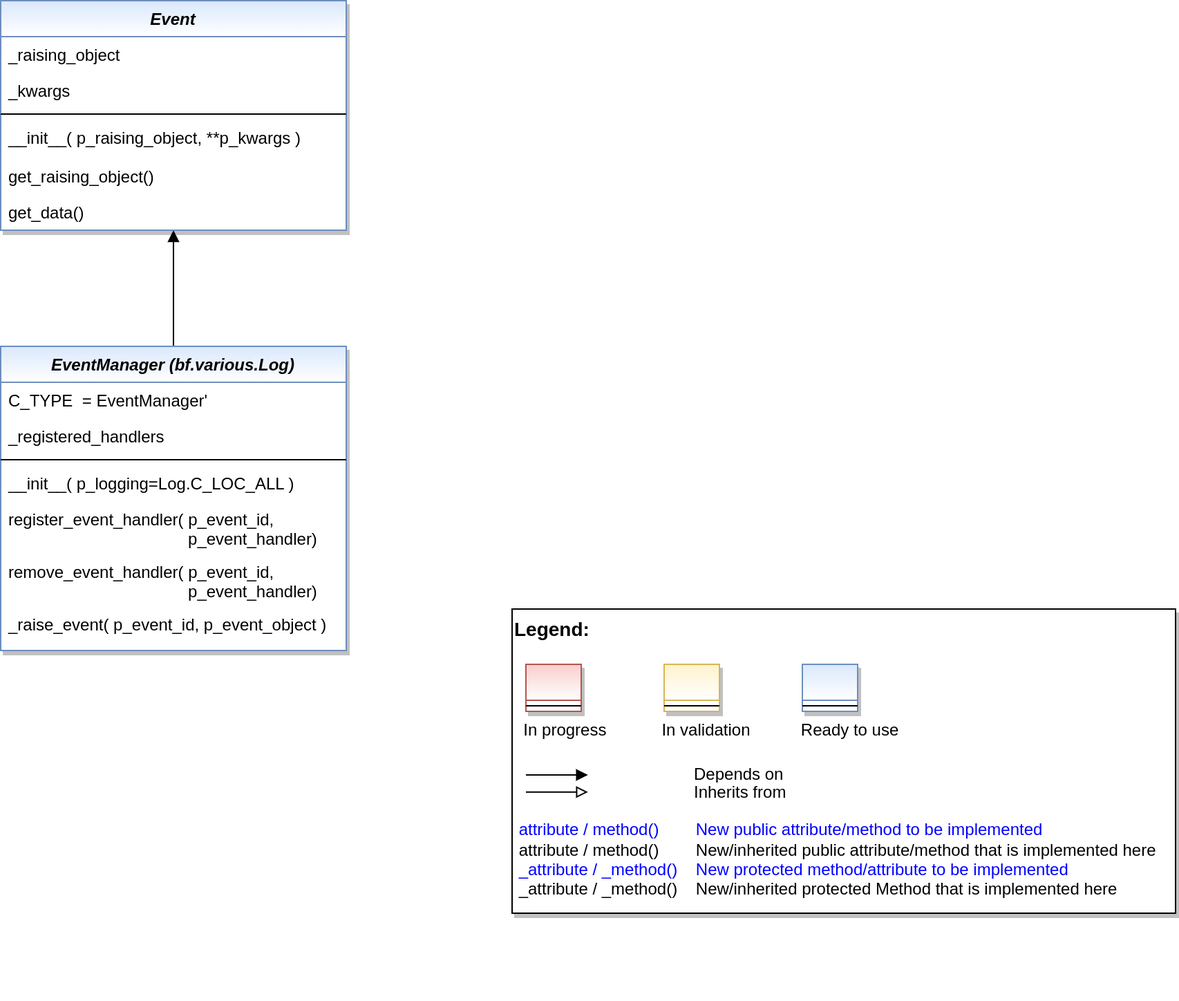
fhswf/MLPro keeps this draw.io diagram as doc/rtd/content/99_appendices/appendix2/sub/core/mlpro_bf/layer1_computation/images/MLPro-BF-Events_class_diagram.drawio.png. Above is the earlier version. Source tidied: cells renumbered, new cells last; positions are measured from the earlier drawing's top-left corner, leaving out a move shared by most shapes.
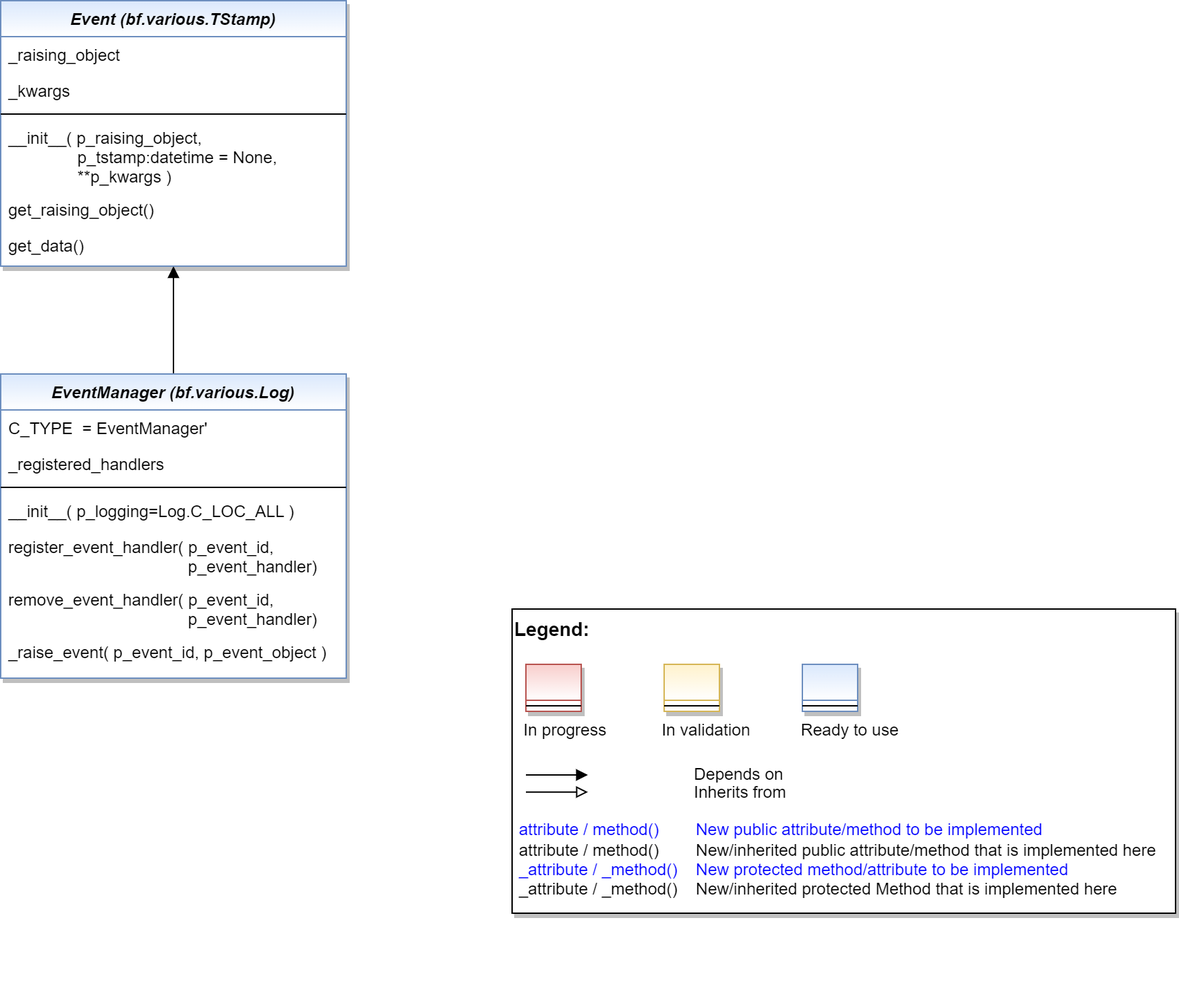
The same file after the commit.

Commit message:
BF: Optional Time Stamp for class Event #876

Diff of the diagram source:
```diff
@@ -6,7 +6,7 @@
       <mxGeometry relative="1" as="geometry" />
     </mxCell>
     <mxCell id="3" value="EventManager (bf.various.Log)" style="swimlane;fontStyle=3;align=center;verticalAlign=top;horizontal=1;startSize=26;rounded=0;shadow=1;strokeWidth=1;fillColor=#dae8fc;strokeColor=#6c8ebf;swimlaneFillColor=#ffffff;gradientColor=#ffffff;" parent="1" vertex="1">
-      <mxGeometry y="250" width="250" height="220" as="geometry" />
+      <mxGeometry y="270" width="250" height="220" as="geometry" />
     </mxCell>
     <mxCell id="4" value="C_TYPE  = EventManager'" style="text;align=left;verticalAlign=top;spacingLeft=4;spacingRight=4;overflow=hidden;" parent="3" vertex="1">
       <mxGeometry y="26" width="250" height="26" as="geometry" />
@@ -29,8 +29,8 @@
     <mxCell id="10" value="_raise_event( p_event_id, p_event_object )" style="text;align=left;verticalAlign=top;spacingLeft=4;spacingRight=4;overflow=hidden;fontColor=default;" parent="3" vertex="1">
       <mxGeometry y="188" width="250" height="32" as="geometry" />
     </mxCell>
-    <mxCell id="11" value="Event" style="swimlane;fontStyle=3;align=center;verticalAlign=top;horizontal=1;startSize=26;rounded=0;shadow=1;strokeWidth=1;fillColor=#dae8fc;strokeColor=#6c8ebf;glass=0;swimlaneFillColor=#ffffff;gradientColor=#ffffff;" parent="1" vertex="1">
-      <mxGeometry width="250" height="166" as="geometry" />
+    <mxCell id="11" value="Event (bf.various.TStamp)" style="swimlane;fontStyle=3;align=center;verticalAlign=top;horizontal=1;startSize=26;rounded=0;shadow=1;strokeWidth=1;fillColor=#dae8fc;strokeColor=#6c8ebf;glass=0;swimlaneFillColor=#ffffff;gradientColor=#ffffff;" parent="1" vertex="1">
+      <mxGeometry width="250" height="192" as="geometry" />
     </mxCell>
     <mxCell id="12" value="_raising_object" style="text;align=left;verticalAlign=top;spacingLeft=4;spacingRight=4;overflow=hidden;" parent="11" vertex="1">
       <mxGeometry y="26" width="250" height="26" as="geometry" />
@@ -41,14 +41,14 @@
     <mxCell id="14" style="line;html=1;strokeWidth=1;align=left;verticalAlign=middle;spacingTop=-1;spacingLeft=3;spacingRight=3;labelPosition=right;" parent="11" vertex="1">
       <mxGeometry y="78" width="250" height="8" as="geometry" />
     </mxCell>
-    <mxCell id="15" value="__init__( p_raising_object, **p_kwargs )" style="text;align=left;verticalAlign=top;spacingLeft=4;spacingRight=4;overflow=hidden;" parent="11" vertex="1">
-      <mxGeometry y="86" width="250" height="28" as="geometry" />
+    <mxCell id="15" value="__init__( p_raising_object, &#10;               p_tstamp:datetime = None, &#10;               **p_kwargs )" style="text;align=left;verticalAlign=top;spacingLeft=4;spacingRight=4;overflow=hidden;" parent="11" vertex="1">
+      <mxGeometry y="86" width="250" height="52" as="geometry" />
     </mxCell>
     <mxCell id="16" value="get_raising_object()" style="text;align=left;verticalAlign=top;spacingLeft=4;spacingRight=4;overflow=hidden;fontColor=default;" parent="11" vertex="1">
-      <mxGeometry y="114" width="250" height="26" as="geometry" />
+      <mxGeometry y="138" width="250" height="26" as="geometry" />
     </mxCell>
     <mxCell id="17" value="get_data()" style="text;align=left;verticalAlign=top;spacingLeft=4;spacingRight=4;overflow=hidden;fontColor=default;" parent="11" vertex="1">
-      <mxGeometry y="140" width="250" height="26" as="geometry" />
+      <mxGeometry y="164" width="250" height="26" as="geometry" />
     </mxCell>
     <mxCell id="18" style="group;" parent="1" vertex="1">
       <mxGeometry x="370" y="440" width="480" height="220" as="geometry" />
```
